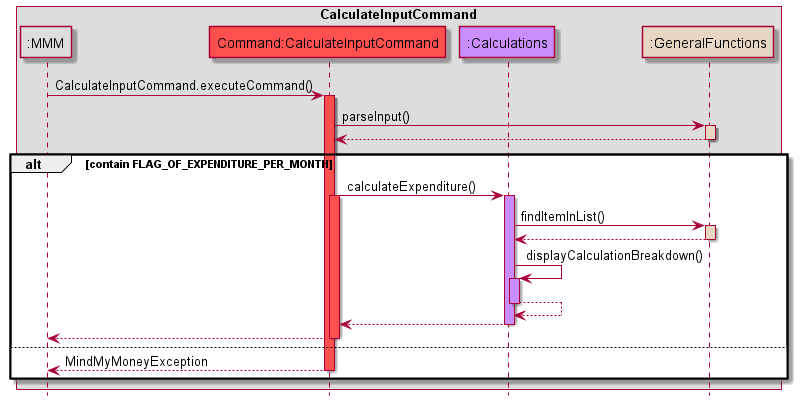
The PlantUML diagram docs/images/CalculateCommandSequenceDiagram3.png in nus-cs2113-AY2122S2/tp, before a commit.
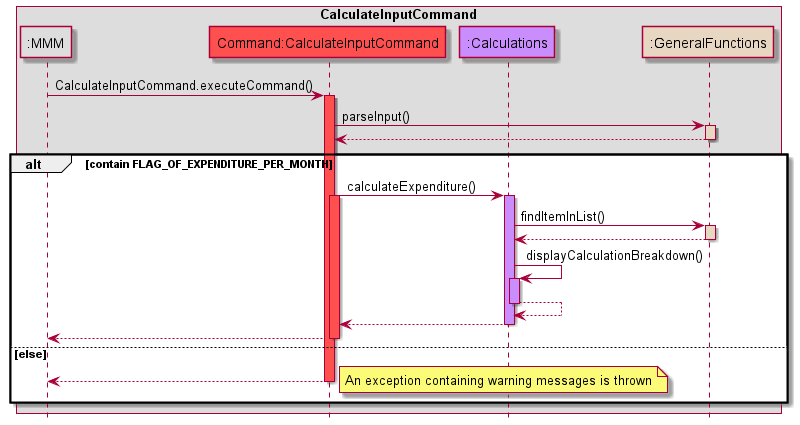
Above is the later version.

Commit message:
Remove optional parameters and return values for neater sequence diagrams

The edit, as a diff of the source:
```diff
@@ -36,8 +36,11 @@
 deactivate CalculateInputCommand COMMANDS_COLOUR
 
 
-else
-CalculateInputCommand --> MMM: MindMyMoneyException
+else else
+CalculateInputCommand --> MMM
+note right
+An exception containing warning messages is thrown
+end note
 deactivate CalculateInputCommand COMMANDS_COLOUR
 end
 
```
